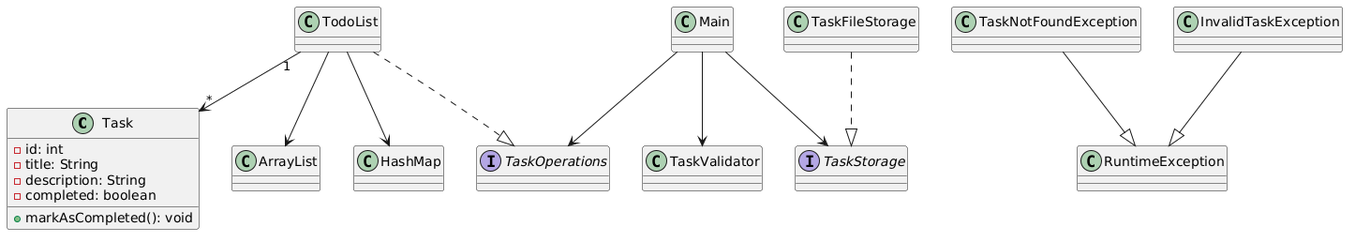
Earlier version of the PlantUML export UML_Diagram.png (Blaga-Darius/TodoListManager). Source of this version:
```plantuml
@startuml
class Task {
  - id: int
  - title: String
  - description: String
  - completed: boolean
  + markAsCompleted(): void
}

interface TaskOperations
interface TaskStorage

class TodoList
class TaskFileStorage
class TaskValidator
class Main

class TaskNotFoundException
class InvalidTaskException

TodoList ..|> TaskOperations
TaskFileStorage ..|> TaskStorage

TaskNotFoundException --|> RuntimeException
InvalidTaskException --|> RuntimeException

TodoList "1" --> "*" Task
TodoList --> ArrayList
TodoList --> HashMap

Main --> TaskOperations
Main --> TaskStorage
Main --> TaskValidator
@enduml
```
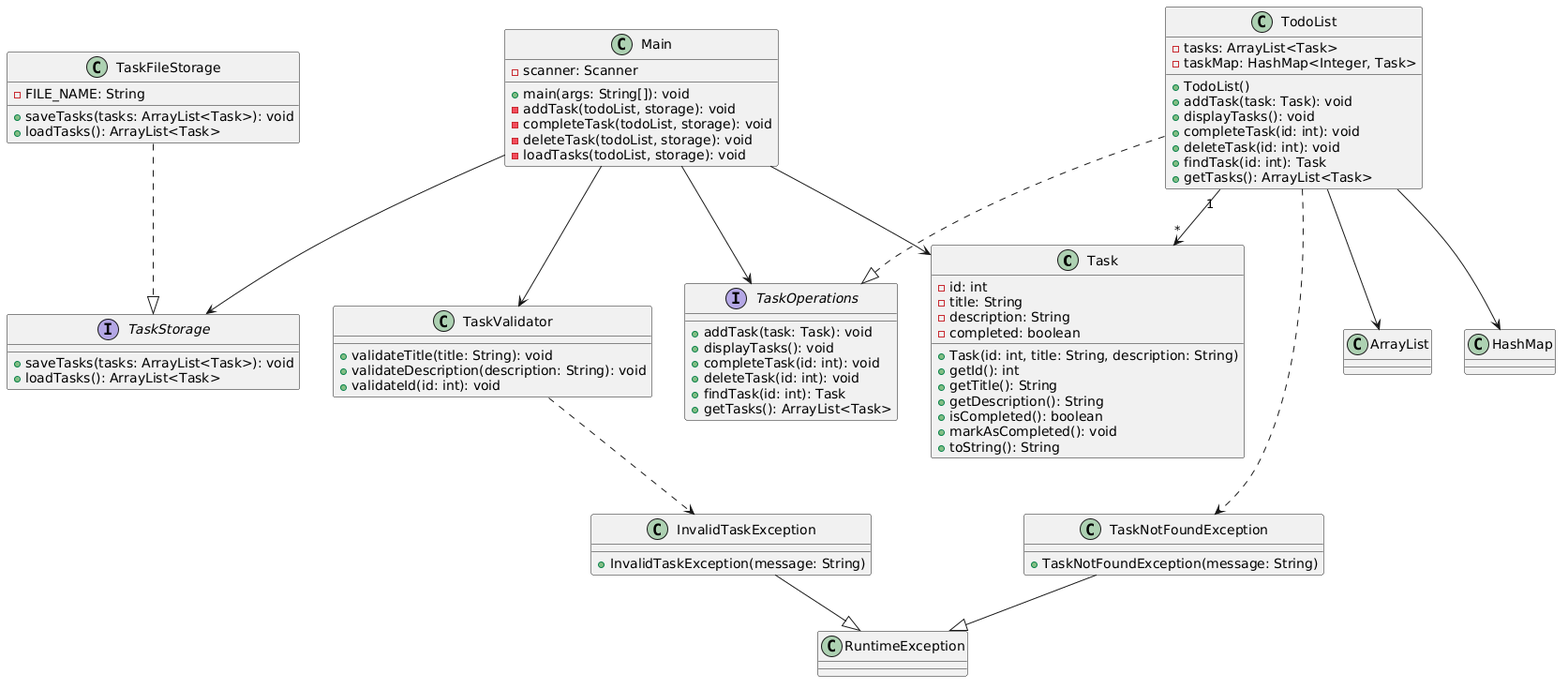
Above is the later version.

Commit message:
Update UML documentation and add command-line file configuration

Diff of the diagram source:
```diff
@@ -4,19 +4,69 @@
   - title: String
   - description: String
   - completed: boolean
+  + Task(id: int, title: String, description: String)
+  + getId(): int
+  + getTitle(): String
+  + getDescription(): String
+  + isCompleted(): boolean
   + markAsCompleted(): void
+  + toString(): String
 }
 
-interface TaskOperations
-interface TaskStorage
+interface TaskOperations {
+  + addTask(task: Task): void
+  + displayTasks(): void
+  + completeTask(id: int): void
+  + deleteTask(id: int): void
+  + findTask(id: int): Task
+  + getTasks(): ArrayList<Task>
+}
 
-class TodoList
-class TaskFileStorage
-class TaskValidator
-class Main
+interface TaskStorage {
+  + saveTasks(tasks: ArrayList<Task>): void
+  + loadTasks(): ArrayList<Task>
+}
 
-class TaskNotFoundException
-class InvalidTaskException
+class TodoList {
+  - tasks: ArrayList<Task>
+  - taskMap: HashMap<Integer, Task>
+  + TodoList()
+  + addTask(task: Task): void
+  + displayTasks(): void
+  + completeTask(id: int): void
+  + deleteTask(id: int): void
+  + findTask(id: int): Task
+  + getTasks(): ArrayList<Task>
+}
+
+class TaskFileStorage {
+  - FILE_NAME: String
+  + saveTasks(tasks: ArrayList<Task>): void
+  + loadTasks(): ArrayList<Task>
+}
+
+class TaskValidator {
+  + validateTitle(title: String): void
+  + validateDescription(description: String): void
+  + validateId(id: int): void
+}
+
+class Main {
+  - scanner: Scanner
+  + main(args: String[]): void
+  - addTask(todoList, storage): void
+  - completeTask(todoList, storage): void
+  - deleteTask(todoList, storage): void
+  - loadTasks(todoList, storage): void
+}
+
+class TaskNotFoundException {
+  + TaskNotFoundException(message: String)
+}
+
+class InvalidTaskException {
+  + InvalidTaskException(message: String)
+}
 
 TodoList ..|> TaskOperations
 TaskFileStorage ..|> TaskStorage
@@ -31,4 +81,8 @@
 Main --> TaskOperations
 Main --> TaskStorage
 Main --> TaskValidator
+Main --> Task
+
+TaskValidator ..> InvalidTaskException
+TodoList ..> TaskNotFoundException
 @enduml
```
